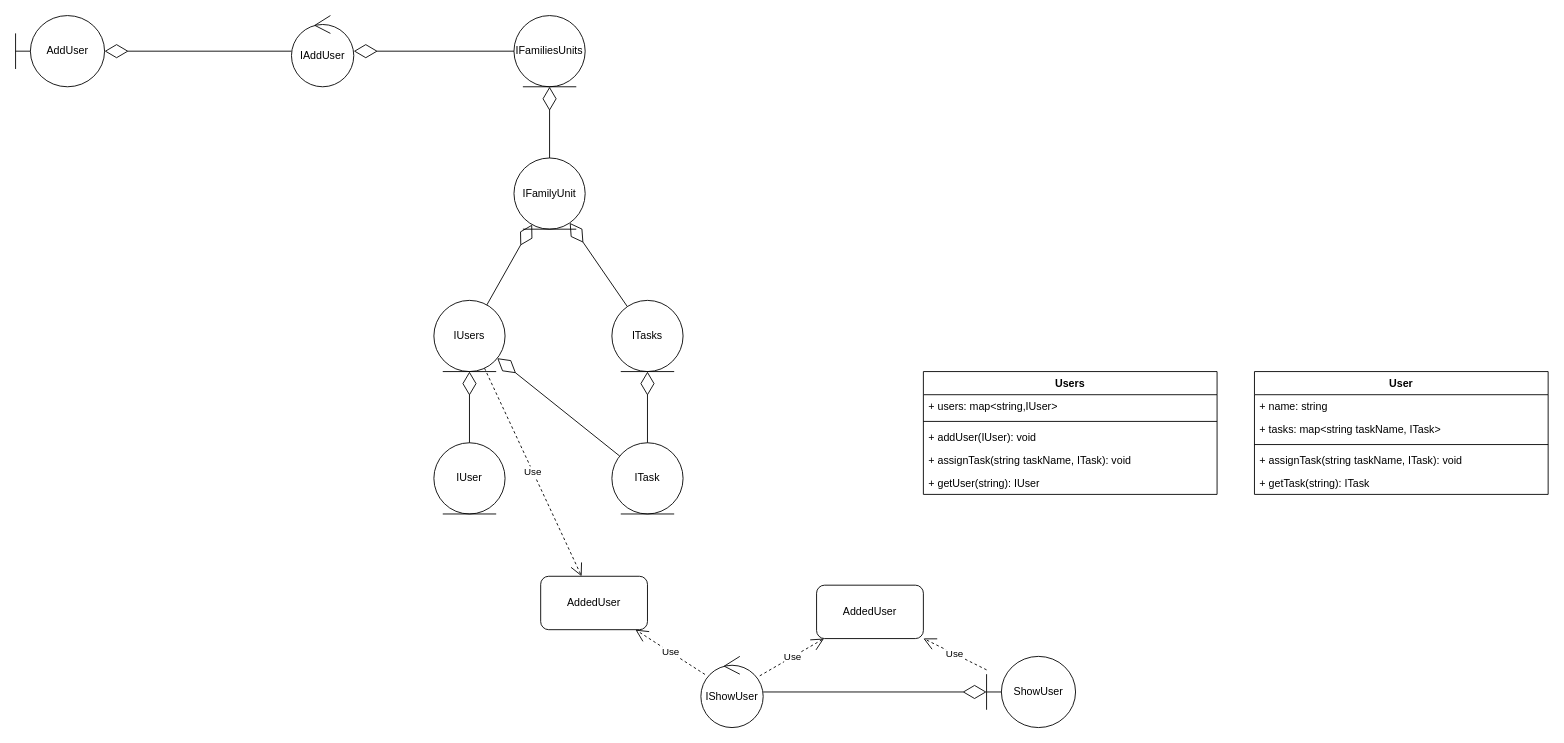
Above: page "AddUser" (3 of 8) of taskPlanning/planningTaskRenovate.drawio in avillanuevao/PlanningTask (draw.io), before the change. Source tidied: cells renumbered, new cells numbered last; positions are measured from the earlier drawing's top-left corner, leaving out a move shared by most shapes. Both pictures are drawn from the tidied source at 89%, with x=0, y=0 at pixel (15, 15).
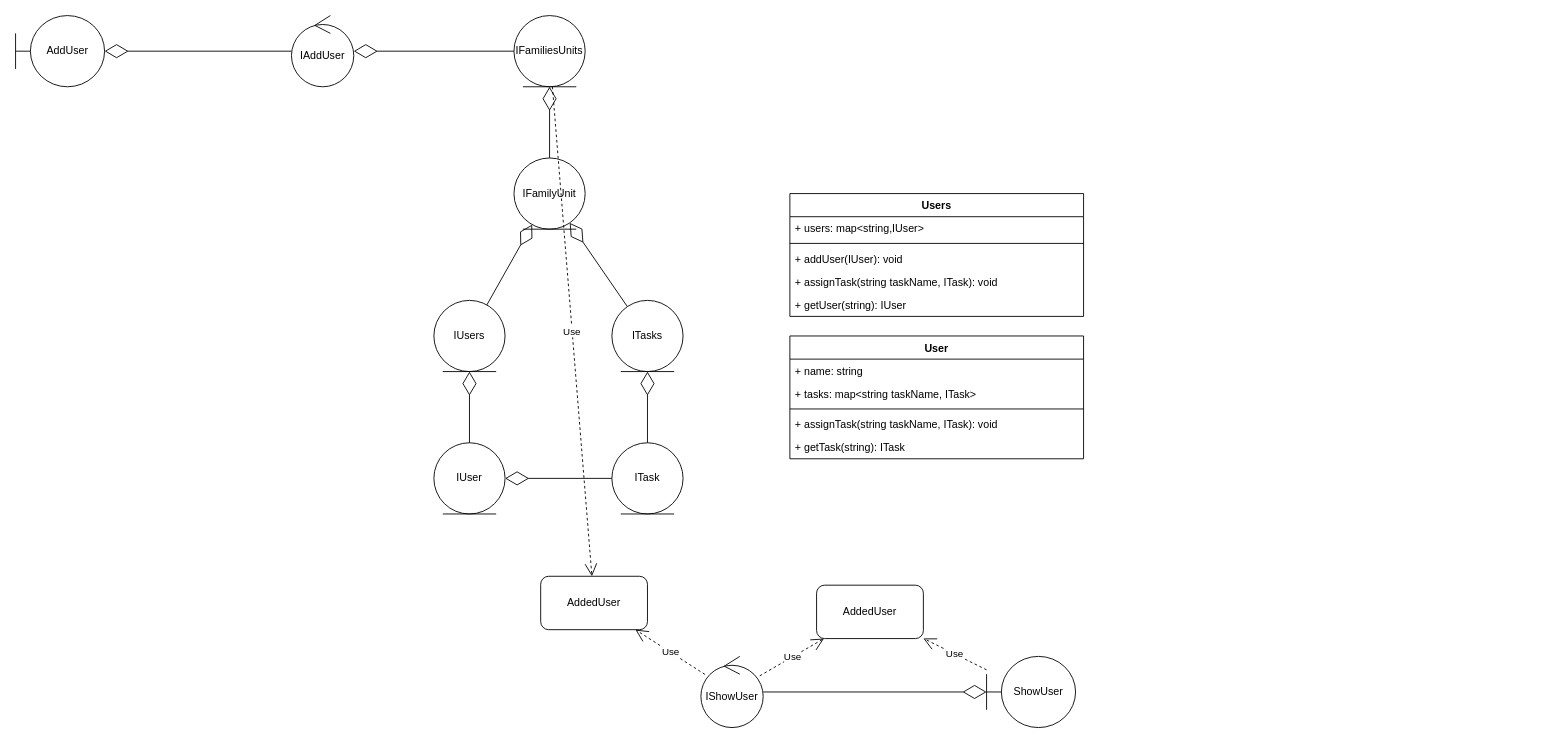
The same diagram, later.

The change refers to these unchanged cells:
```xml
<mxCell id="4" value="IFamiliesUnits" style="ellipse;shape=umlEntity;whiteSpace=wrap;html=1;" parent="1" vertex="1">
  <mxGeometry x="560" width="80" height="80" as="geometry" />
</mxCell>
<mxCell id="9" value="IUsers" style="ellipse;shape=umlEntity;whiteSpace=wrap;html=1;" parent="1" vertex="1">
  <mxGeometry x="470" y="320" width="80" height="80" as="geometry" />
</mxCell>
<mxCell id="11" value="IUser" style="ellipse;shape=umlEntity;whiteSpace=wrap;html=1;" parent="1" vertex="1">
  <mxGeometry x="470" y="480" width="80" height="80" as="geometry" />
</mxCell>
<mxCell id="12" value="ITask" style="ellipse;shape=umlEntity;whiteSpace=wrap;html=1;" parent="1" vertex="1">
  <mxGeometry x="670" y="480" width="80" height="80" as="geometry" />
</mxCell>
<mxCell id="17" value="AddedUser" style="rounded=1;whiteSpace=wrap;html=1;" parent="1" vertex="1">
  <mxGeometry x="590" y="630" width="120" height="60" as="geometry" />
</mxCell>
```

Diff of the diagram source:
```diff
@@
-    <mxCell id="25" value="Use" style="endArrow=open;endSize=12;dashed=1;html=1;rounded=0;" parent="1" edge="1" source="9" target="17">
+    <mxCell id="25" value="Use" style="endArrow=open;endSize=12;dashed=1;html=1;rounded=0;" parent="1" edge="1" source="4" target="17">
       <mxGeometry relative="1" as="geometry" />
     </mxCell>
     <mxCell id="26" value="Users" style="swimlane;fontStyle=1;align=center;verticalAlign=top;horizontal=1;startSize=26;whiteSpace=wrap;html=1;" parent="1" vertex="1">
-      <mxGeometry x="1020" y="400" width="330" height="138" as="geometry" />
+      <mxGeometry x="870" y="200" width="330" height="138" as="geometry" />
     </mxCell>
@@
     <mxCell id="32" value="User" style="swimlane;fontStyle=1;align=center;verticalAlign=top;horizontal=1;startSize=26;whiteSpace=wrap;html=1;" parent="1" vertex="1">
-      <mxGeometry x="1392" y="400" width="330" height="138" as="geometry" />
+      <mxGeometry x="870" y="360" width="330" height="138" as="geometry" />
     </mxCell>
@@
-    <mxCell id="38" style="endArrow=diamondThin;endFill=0;endSize=24;html=1;rounded=0;" parent="1" edge="1" source="12" target="9">
+    <mxCell id="38" style="endArrow=diamondThin;endFill=0;endSize=24;html=1;rounded=0;" parent="1" edge="1" source="12" target="11">
       <mxGeometry relative="1" as="geometry" />
     </mxCell>
```
